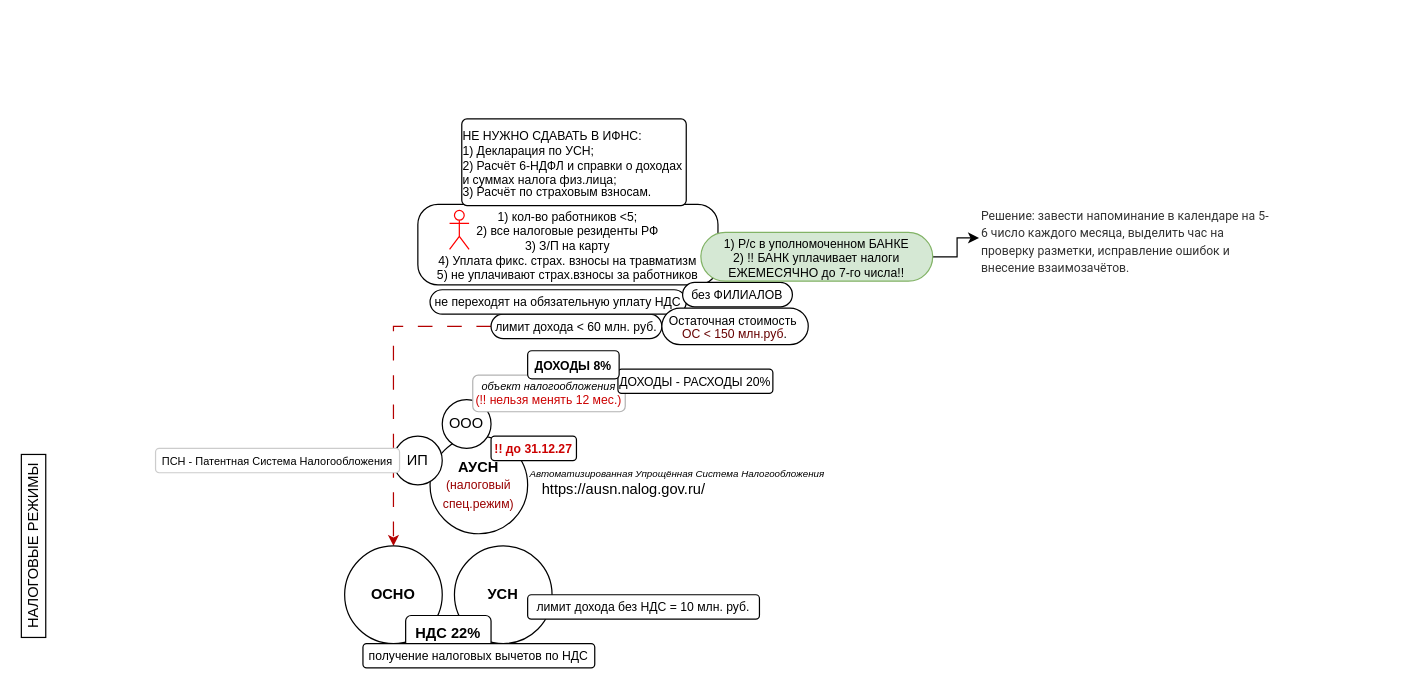
This is АУСН.drawio from youarereef/mmaps, a draw.io file, before an edit. Source tidied: cells renumbered, new cells numbered last; positions are measured from the earlier drawing's top-left corner, leaving out a move shared by most shapes. Both pictures are drawn from the tidied source at 122%, with x=0, y=0 at pixel (-59, 118).
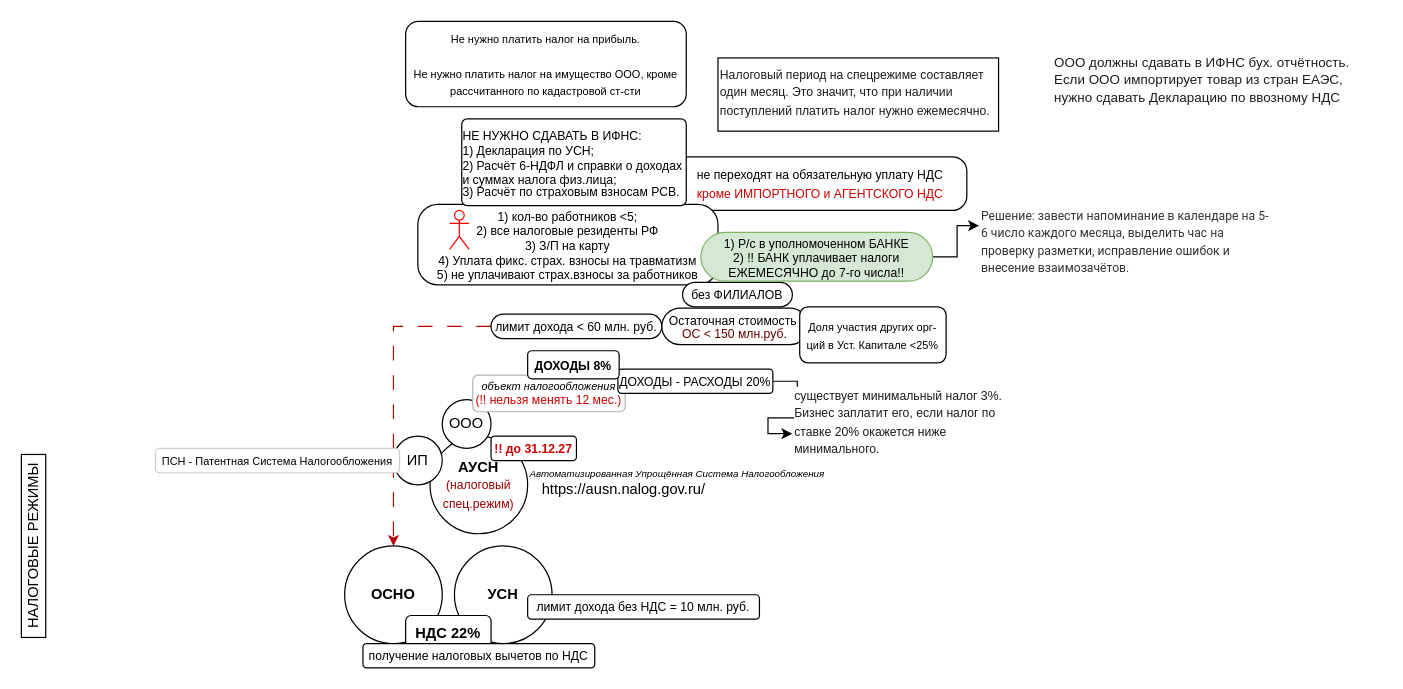
The same diagram, later.

The change refers to these unchanged cells:
```xml
<mxCell id="19" value="&lt;font style=&quot;font-size: 10px;&quot;&gt;ДОХОДЫ - РАСХОДЫ 20%&lt;/font&gt;" style="rounded=1;whiteSpace=wrap;html=1;" parent="1" vertex="1">
  <mxGeometry x="554" y="205" width="127" height="20" as="geometry" />
</mxCell>
```

Diff of the diagram source:
```diff
@@
-    <mxCell id="15" value="&lt;font style=&quot;font-size: 10px;&quot;&gt;не переходят на обязательную уплату НДС&lt;/font&gt;" style="rounded=1;whiteSpace=wrap;html=1;arcSize=50;" parent="1" vertex="1">
-      <mxGeometry x="400" y="140" width="210" height="20" as="geometry" />
+    <mxCell id="15" value="&lt;font style=&quot;font-size: 10px;&quot;&gt;не переходят на обязательную уплату НДС&lt;/font&gt;&lt;div&gt;&lt;font style=&quot;font-size: 10px; color: rgb(204, 0, 0);&quot;&gt;кроме ИМПОРТНОГО и АГЕНТСКОГО НДС&lt;/font&gt;&lt;/div&gt;" style="rounded=1;whiteSpace=wrap;html=1;arcSize=27;" parent="1" vertex="1">
+      <mxGeometry x="600" y="31" width="240" height="44" as="geometry" />
     </mxCell>
@@
+    <mxCell id="29" style="edgeStyle=orthogonalEdgeStyle;rounded=0;jettySize=auto;html=1;exitX=1;exitY=0.5;exitDx=0;exitDy=0;entryX=0;entryY=0.75;entryDx=0;entryDy=0;" parent="1" edge="1" source="19" target="30">
+      <mxGeometry relative="1" as="geometry" />
+    </mxCell>
@@
-    <mxCell id="26" value="&lt;span style=&quot;color: rgb(51, 51, 51); font-family: Roboto; font-style: normal; font-variant-ligatures: normal; font-variant-caps: normal; font-weight: 400; letter-spacing: normal; orphans: 2; text-align: start; text-indent: 0px; text-transform: none; widows: 2; word-spacing: 0px; -webkit-text-stroke-width: 0px; white-space: normal; text-decoration-thickness: initial; text-decoration-style: initial; text-decoration-color: initial; float: none; display: inline !important;&quot;&gt;&lt;font style=&quot;font-size: 10px; line-height: 40%;&quot;&gt;Решение: завести напоминание в календаре на 5-6 число каждого месяца, выделить час на проверку разметки, исправление ошибок и внесение взаимозачётов.&lt;/font&gt;&lt;/span&gt;" style="text;whiteSpace=wrap;html=1;" parent="1" vertex="1">
-      <mxGeometry x="850" y="65" width="240" height="65" as="geometry" />
+    <mxCell id="26" value="&lt;span style=&quot;color: rgb(51, 51, 51); font-family: Roboto; font-style: normal; font-variant-ligatures: normal; font-variant-caps: normal; font-weight: 400; letter-spacing: normal; orphans: 2; text-align: start; text-indent: 0px; text-transform: none; widows: 2; word-spacing: 0px; -webkit-text-stroke-width: 0px; white-space: normal; text-decoration-thickness: initial; text-decoration-style: initial; text-decoration-color: initial; float: none; display: inline !important;&quot;&gt;&lt;font style=&quot;font-size: 10px; line-height: 80%;&quot;&gt;Решение: завести напоминание в календаре на 5-6 число каждого месяца, выделить час на проверку разметки, исправление ошибок и внесение взаимозачётов.&lt;/font&gt;&lt;/span&gt;" style="text;whiteSpace=wrap;html=1;" parent="1" vertex="1">
+      <mxGeometry x="850" y="65" width="240" height="45" as="geometry" />
     </mxCell>
-    <mxCell id="27" value="&lt;div style=&quot;line-height: 100%;&quot;&gt;&lt;div style=&quot;text-align: left;&quot;&gt;&lt;font style=&quot;font-size: 10px; line-height: 100%;&quot;&gt;НЕ НУЖНО СДАВАТЬ В ИФНС:&lt;/font&gt;&lt;/div&gt;&lt;div style=&quot;text-align: left;&quot;&gt;&lt;font style=&quot;font-size: 10px; line-height: 100%;&quot;&gt;1) Декларация по УСН;&lt;/font&gt;&lt;/div&gt;&lt;div&gt;&lt;div style=&quot;text-align: left;&quot;&gt;&lt;span style=&quot;font-size: 10px; background-color: transparent; color: light-dark(rgb(0, 0, 0), rgb(255, 255, 255)); line-height: 100%;&quot;&gt;2) Расчёт 6-НДФЛ и справки о доходах и суммах налога физ.лица;&lt;/span&gt;&lt;/div&gt;&lt;font style=&quot;font-size: 10px; line-height: 100%;&quot;&gt;&lt;div style=&quot;text-align: left;&quot;&gt;&lt;span style=&quot;background-color: transparent; color: light-dark(rgb(0, 0, 0), rgb(255, 255, 255));&quot;&gt;3) Расчёт по страховым взносам.&lt;/span&gt;&lt;/div&gt;&lt;/font&gt;&lt;/div&gt;&lt;/div&gt;" style="rounded=1;whiteSpace=wrap;html=1;arcSize=6;" parent="1" vertex="1">
+    <mxCell id="27" value="&lt;div style=&quot;line-height: 100%;&quot;&gt;&lt;div style=&quot;text-align: left;&quot;&gt;&lt;font style=&quot;font-size: 10px; line-height: 100%;&quot;&gt;НЕ НУЖНО СДАВАТЬ В ИФНС:&lt;/font&gt;&lt;/div&gt;&lt;div style=&quot;text-align: left;&quot;&gt;&lt;font style=&quot;font-size: 10px; line-height: 100%;&quot;&gt;1) Декларация по УСН;&lt;/font&gt;&lt;/div&gt;&lt;div&gt;&lt;div style=&quot;text-align: left;&quot;&gt;&lt;span style=&quot;font-size: 10px; background-color: transparent; color: light-dark(rgb(0, 0, 0), rgb(255, 255, 255)); line-height: 100%;&quot;&gt;2) Расчёт 6-НДФЛ и справки о доходах и суммах налога физ.лица;&lt;/span&gt;&lt;/div&gt;&lt;font style=&quot;font-size: 10px; line-height: 100%;&quot;&gt;&lt;div style=&quot;text-align: left;&quot;&gt;&lt;span style=&quot;background-color: transparent; color: light-dark(rgb(0, 0, 0), rgb(255, 255, 255));&quot;&gt;3) Расчёт по страховым взносам РСВ.&lt;/span&gt;&lt;/div&gt;&lt;/font&gt;&lt;/div&gt;&lt;/div&gt;" style="rounded=1;whiteSpace=wrap;html=1;arcSize=6;" parent="1" vertex="1">
       <mxGeometry x="426" width="184" height="71" as="geometry" />
     </mxCell>
@@
+    <mxCell id="30" value="&lt;span style=&quot;color: rgb(30, 29, 29); font-family: &amp;quot;VTB Group UI&amp;quot;, Helvetica, sans-serif, &amp;quot;Apple Color Emoji&amp;quot;, &amp;quot;Segoe UI Emoji&amp;quot;, &amp;quot;Segoe UI Symbol&amp;quot;; font-style: normal; font-variant-ligatures: normal; font-variant-caps: normal; font-weight: 400; letter-spacing: normal; orphans: 2; text-align: start; text-indent: 0px; text-transform: none; widows: 2; word-spacing: 0px; -webkit-text-stroke-width: 0px; white-space: normal; background-color: rgb(255, 255, 255); text-decoration-thickness: initial; text-decoration-style: initial; text-decoration-color: initial; float: none; display: inline !important;&quot;&gt;&lt;font style=&quot;font-size: 10px;&quot;&gt;существует минимальный налог 3%. Бизнес заплатит его, если налог по ставке 20% окажется ниже минимального.&lt;/font&gt;&lt;/span&gt;" style="text;whiteSpace=wrap;html=1;" parent="1" vertex="1">
+      <mxGeometry x="697" y="213" width="190" height="60" as="geometry" />
+    </mxCell>
+    <mxCell id="31" value="&lt;span style=&quot;color: rgb(30, 29, 29); font-family: &amp;quot;VTB Group UI&amp;quot;, Helvetica, sans-serif, &amp;quot;Apple Color Emoji&amp;quot;, &amp;quot;Segoe UI Emoji&amp;quot;, &amp;quot;Segoe UI Symbol&amp;quot;; font-style: normal; font-variant-ligatures: normal; font-variant-caps: normal; font-weight: 400; letter-spacing: normal; orphans: 2; text-align: start; text-indent: 0px; text-transform: none; widows: 2; word-spacing: 0px; -webkit-text-stroke-width: 0px; white-space: normal; background-color: rgb(255, 255, 255); text-decoration-thickness: initial; text-decoration-style: initial; text-decoration-color: initial; float: none; display: inline !important;&quot;&gt;&lt;font style=&quot;font-size: 10px;&quot;&gt;Налоговый период на спецрежиме составляет один месяц. Это значит, что при наличии поступлений платить налог нужно ежемесячно.&lt;/font&gt;&lt;/span&gt;" style="text;whiteSpace=wrap;html=1;strokeColor=default;" parent="1" vertex="1">
+      <mxGeometry x="636" y="-50" width="230" height="60" as="geometry" />
+    </mxCell>
+    <mxCell id="32" value="&lt;font style=&quot;font-size: 9px;&quot;&gt;Не нужно платить налог на прибыль.&lt;/font&gt;&lt;div&gt;&lt;font style=&quot;font-size: 9px;&quot;&gt;&lt;br&gt;&lt;/font&gt;&lt;/div&gt;&lt;div&gt;&lt;font style=&quot;font-size: 9px;&quot;&gt;Не нужно платить налог на имущество ООО, кроме рассчитанного по кадастровой ст-сти&lt;/font&gt;&lt;/div&gt;" style="rounded=1;whiteSpace=wrap;html=1;" parent="1" vertex="1">
+      <mxGeometry x="380" y="-80" width="230" height="70" as="geometry" />
+    </mxCell>
+    <mxCell id="33" value="&lt;span style=&quot;color: rgb(30, 29, 29); font-family: &amp;quot;VTB Group UI&amp;quot;, Helvetica, sans-serif, &amp;quot;Apple Color Emoji&amp;quot;, &amp;quot;Segoe UI Emoji&amp;quot;, &amp;quot;Segoe UI Symbol&amp;quot;; font-style: normal; font-variant-ligatures: normal; font-variant-caps: normal; font-weight: 400; letter-spacing: normal; orphans: 2; text-align: start; text-indent: 0px; text-transform: none; widows: 2; word-spacing: 0px; -webkit-text-stroke-width: 0px; white-space: normal; background-color: rgb(255, 255, 255); text-decoration-thickness: initial; text-decoration-style: initial; text-decoration-color: initial; float: none; display: inline !important;&quot;&gt;&lt;font style=&quot;font-size: 11px;&quot;&gt;ООО должны сдавать в ИФНС бух. отчётность.&amp;nbsp;&lt;/font&gt;&lt;/span&gt;&lt;div&gt;&lt;span style=&quot;color: rgb(30, 29, 29); font-family: &amp;quot;VTB Group UI&amp;quot;, Helvetica, sans-serif, &amp;quot;Apple Color Emoji&amp;quot;, &amp;quot;Segoe UI Emoji&amp;quot;, &amp;quot;Segoe UI Symbol&amp;quot;; font-style: normal; font-variant-ligatures: normal; font-variant-caps: normal; font-weight: 400; letter-spacing: normal; orphans: 2; text-align: start; text-indent: 0px; text-transform: none; widows: 2; word-spacing: 0px; -webkit-text-stroke-width: 0px; white-space: normal; background-color: rgb(255, 255, 255); text-decoration-thickness: initial; text-decoration-style: initial; text-decoration-color: initial; float: none; display: inline !important;&quot;&gt;&lt;font style=&quot;font-size: 11px;&quot;&gt;Если ООО импортирует товар из стран ЕАЭС, нужно сдавать Декларацию по ввозному НДС&lt;/font&gt;&lt;/span&gt;&lt;/div&gt;" style="text;whiteSpace=wrap;html=1;" parent="1" vertex="1">
+      <mxGeometry x="910" y="-60" width="270" height="40" as="geometry" />
+    </mxCell>
+    <mxCell id="34" value="&lt;font style=&quot;font-size: 9px;&quot;&gt;Доля участия других орг-ций в Уст. Капитале &amp;lt;25%&lt;/font&gt;" style="rounded=1;whiteSpace=wrap;html=1;" parent="1" vertex="1">
+      <mxGeometry x="703" y="154" width="120" height="46" as="geometry" />
+    </mxCell>
```
